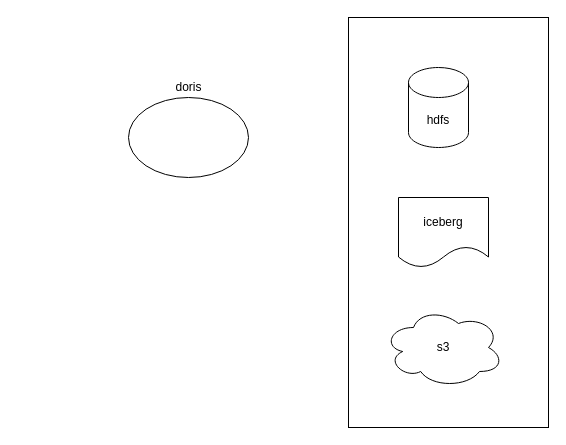
GoGoWen/JD-Bowen-incubator-doris keeps this draw.io diagram as Untitled Diagram.drawio. Above is the earlier version. Source tidied: cells renumbered, new cells numbered last; positions are measured from the earlier drawing's top-left corner, leaving out a move shared by most shapes. Both pictures are drawn from the tidied source at 100%, with x=0, y=0 at pixel (128, 17).
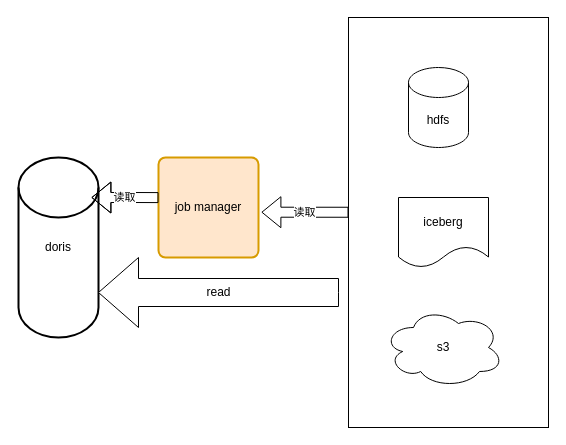
Above is the later version.

Diff of the diagram source:
```diff
@@
 <mxGraphModel>
   <root>
     <mxCell id="0" />
     <mxCell id="1" parent="0" />
     <mxCell id="2" style="rounded=0;whiteSpace=wrap;html=1;comic=0;" parent="1" vertex="1">
       <mxGeometry x="220" width="200" height="410" as="geometry" />
     </mxCell>
-    <mxCell id="3" style="ellipse;whiteSpace=wrap;html=1;comic=0;" parent="1" vertex="1">
-      <mxGeometry y="80" width="120" height="80" as="geometry" />
-    </mxCell>
-    <mxCell id="4" value="doris&lt;br&gt;" style="text;html=1;align=center;verticalAlign=middle;strokeColor=none;fillColor=none;" parent="1" vertex="1">
-      <mxGeometry x="40" y="60" width="40" height="20" as="geometry" />
-    </mxCell>
     <mxCell id="5" value="hdfs" style="shape=cylinder3;whiteSpace=wrap;html=1;boundedLbl=1;backgroundOutline=1;size=15;comic=0;" parent="1" vertex="1">
       <mxGeometry x="280" y="50" width="60" height="80" as="geometry" />
     </mxCell>
     <mxCell id="6" value="iceberg" style="shape=document;whiteSpace=wrap;html=1;boundedLbl=1;comic=0;" parent="1" vertex="1">
       <mxGeometry x="270" y="180" width="90" height="70" as="geometry" />
     </mxCell>
     <mxCell id="7" value="s3" style="ellipse;shape=cloud;whiteSpace=wrap;html=1;comic=0;" parent="1" vertex="1">
       <mxGeometry x="255" y="290" width="120" height="80" as="geometry" />
     </mxCell>
+    <mxCell id="8" value="读取" style="shape=flexArrow;endArrow=classic;html=1;rounded=0;entryX=1.014;entryY=0.551;entryDx=0;entryDy=0;entryPerimeter=0;exitX=0;exitY=0.475;exitDx=0;exitDy=0;exitPerimeter=0;" parent="1" edge="1" source="2">
+      <mxGeometry relative="1" as="geometry">
+        <mxPoint x="132.9" y="194.7" as="targetPoint" />
+      </mxGeometry>
+    </mxCell>
+    <mxCell id="4" value="doris" style="strokeWidth=2;html=1;shape=mxgraph.flowchart.database;whiteSpace=wrap;comic=0;" parent="1" vertex="1">
+      <mxGeometry x="-110" y="140" width="80" height="180" as="geometry" />
+    </mxCell>
+    <mxCell id="9" value="job manager" style="rounded=1;whiteSpace=wrap;html=1;absoluteArcSize=1;arcSize=14;strokeWidth=2;comic=0;fillColor=#ffe6cc;strokeColor=#d79b00;" parent="1" vertex="1">
+      <mxGeometry x="30" y="140" width="100" height="100" as="geometry" />
+    </mxCell>
+    <mxCell id="10" value="读取" style="shape=flexArrow;endArrow=classic;html=1;rounded=0;exitX=0;exitY=0.475;exitDx=0;exitDy=0;exitPerimeter=0;" parent="1" edge="1">
+      <mxGeometry relative="1" as="geometry">
+        <mxPoint x="30" y="180.1" as="sourcePoint" />
+        <mxPoint x="-37.1" y="180" as="targetPoint" />
+        <Array as="points">
+          <mxPoint x="2.9" y="180" />
+        </Array>
+      </mxGeometry>
+    </mxCell>
+    <mxCell id="11" value="read" style="html=1;shadow=0;dashed=0;align=center;verticalAlign=middle;shape=mxgraph.arrows2.arrow;dy=0.6;dx=40;flipH=1;notch=0;comic=0;" parent="1" vertex="1">
+      <mxGeometry x="-30" y="240" width="240" height="70" as="geometry" />
+    </mxCell>
   </root>
 </mxGraphModel>
```
